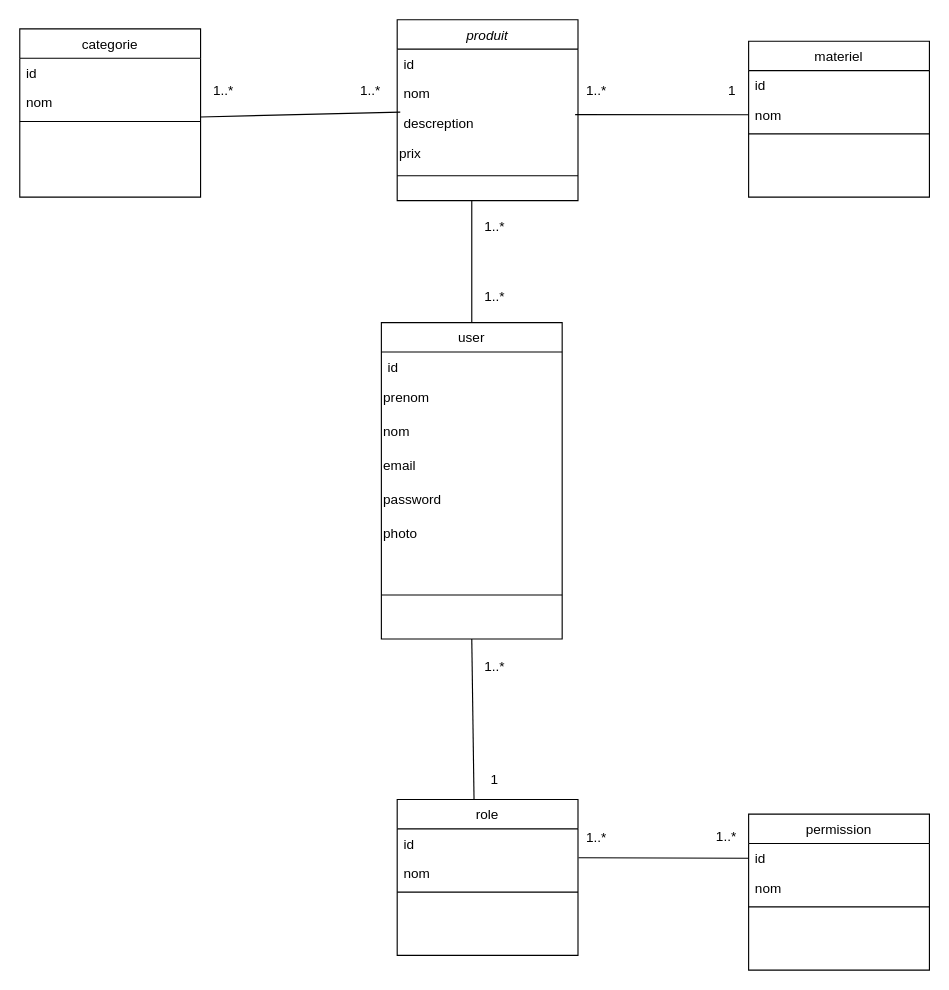
The draw.io diagram conception BD/diagrams/class diagram.drawio in Sanalouafi/sanaat-bladi, before the edit. Source tidied: cells renumbered, new cells numbered last; positions are measured from the earlier drawing's top-left corner, leaving out a move shared by most shapes. Both pictures are drawn from the tidied source at 113%, with x=0, y=0 at pixel (19, 19).
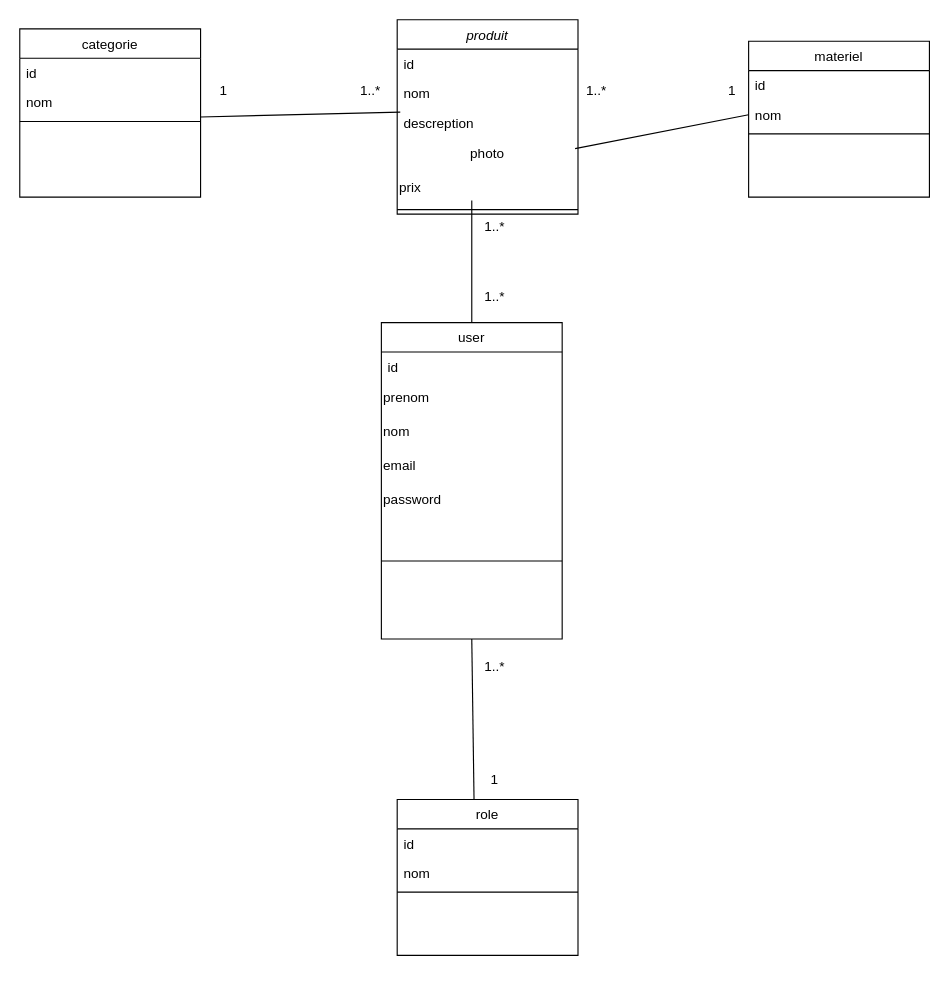
The same diagram, later.

Commit message:
Mettre à jour class diagram.drawio

The change refers to these unchanged cells:
```xml
<mxCell id="12" value="user" style="swimlane;fontStyle=0;align=center;verticalAlign=top;horizontal=1;startSize=26;rounded=0;shadow=0;strokeWidth=1;" parent="1" vertex="1">
  <mxGeometry x="320" y="268" width="160" height="280" as="geometry" />
</mxCell>
<mxCell id="26" value="nom" style="text;align=left;verticalAlign=top;spacingLeft=4;spacingRight=4;overflow=hidden;points=[[0,0.5],[1,0.5]];portConstraint=eastwest;rounded=0;shadow=0;html=0;" parent="24" vertex="1">
  <mxGeometry y="52" width="160" height="26" as="geometry" />
</mxCell>
```

Change to the diagram source:
```diff
@@
     <mxCell id="2" value="produit" style="swimlane;fontStyle=2;align=center;verticalAlign=top;horizontal=1;startSize=26;rounded=0;shadow=0;strokeWidth=1;" parent="1" vertex="1">
-      <mxGeometry x="334" width="160" height="160" as="geometry" />
+      <mxGeometry x="334" width="160" height="172" as="geometry" />
     </mxCell>
@@
+    <mxCell id="18" value="photo" style="text;strokeColor=none;align=center;fillColor=none;html=1;verticalAlign=middle;whiteSpace=wrap;rounded=0;" parent="2" vertex="1">
+      <mxGeometry y="104" width="160" height="30" as="geometry" />
+    </mxCell>
     <mxCell id="6" value="&lt;div align=&quot;left&quot;&gt;prix&lt;/div&gt;" style="text;strokeColor=none;align=left;fillColor=none;html=1;verticalAlign=middle;whiteSpace=wrap;rounded=0;" parent="2" vertex="1">
-      <mxGeometry y="104" width="160" height="30" as="geometry" />
+      <mxGeometry y="134" width="160" height="30" as="geometry" />
     </mxCell>
     <mxCell id="7" style="line;html=1;strokeWidth=1;align=left;verticalAlign=middle;spacingTop=-1;spacingLeft=3;spacingRight=3;labelPosition=right;" parent="2" vertex="1">
-      <mxGeometry y="134" width="160" height="8" as="geometry" />
+      <mxGeometry y="164" width="160" height="8" as="geometry" />
     </mxCell>
@@
-    <mxCell id="18" value="&lt;div align=&quot;left&quot;&gt;photo&lt;/div&gt;" style="text;strokeColor=none;align=left;fillColor=none;html=1;verticalAlign=middle;whiteSpace=wrap;rounded=0;" parent="12" vertex="1">
-      <mxGeometry y="172" width="160" height="30" as="geometry" />
-    </mxCell>
     <mxCell id="19" style="line;html=1;strokeWidth=1;align=left;verticalAlign=middle;spacingTop=-1;spacingLeft=3;spacingRight=3;labelPosition=right;" parent="12" vertex="1">
-      <mxGeometry y="202" width="160" height="78" as="geometry" />
+      <mxGeometry y="172" width="160" height="78" as="geometry" />
     </mxCell>
@@
-    <mxCell id="32" value="permission" style="swimlane;fontStyle=0;align=center;verticalAlign=top;horizontal=1;startSize=26;rounded=0;shadow=0;strokeWidth=1;" parent="1" vertex="1">
-      <mxGeometry x="645" y="703" width="160" height="138" as="geometry" />
-    </mxCell>
-    <mxCell id="33" value="id" style="text;align=left;verticalAlign=top;spacingLeft=4;spacingRight=4;overflow=hidden;points=[[0,0.5],[1,0.5]];portConstraint=eastwest;" parent="32" vertex="1">
-      <mxGeometry y="26" width="160" height="26" as="geometry" />
-    </mxCell>
-    <mxCell id="34" value="nom" style="text;align=left;verticalAlign=top;spacingLeft=4;spacingRight=4;overflow=hidden;rounded=0;shadow=0;html=0;" parent="32" vertex="1">
-      <mxGeometry y="52" width="160" height="26" as="geometry" />
-    </mxCell>
-    <mxCell id="35" style="line;html=1;strokeWidth=1;align=left;verticalAlign=middle;spacingTop=-1;spacingLeft=3;spacingRight=3;labelPosition=right;" parent="32" vertex="1">
-      <mxGeometry y="78" width="160" height="8" as="geometry" />
-    </mxCell>
-    <mxCell id="36" style="endArrow=none;html=1;rounded=0;entryX=0;entryY=0.5;entryDx=0;entryDy=0;exitX=1.003;exitY=-0.018;exitDx=0;exitDy=0;exitPerimeter=0;" parent="1" edge="1" source="26" target="33">
-      <mxGeometry relative="1" as="geometry" />
-    </mxCell>
-    <mxCell id="37" value="1..*" style="text;html=1;align=center;verticalAlign=middle;strokeColor=none;fillColor=none;" parent="1" vertex="1">
-      <mxGeometry x="490" y="709" width="40" height="30" as="geometry" />
-    </mxCell>
-    <mxCell id="38" value="1..*" style="text;html=1;align=center;verticalAlign=middle;strokeColor=none;fillColor=none;" parent="1" vertex="1">
-      <mxGeometry x="605" y="708" width="40" height="30" as="geometry" />
-    </mxCell>
@@
-    <mxCell id="44" value="1..*" style="text;html=1;align=center;verticalAlign=middle;strokeColor=none;fillColor=none;" parent="1" vertex="1">
-      <mxGeometry x="160" y="48" width="40" height="30" as="geometry" />
+    <mxCell id="44" value="1" style="text;html=1;align=center;verticalAlign=middle;strokeColor=none;fillColor=none;" parent="1" vertex="1">
+      <mxGeometry x="165" y="48" width="30" height="30" as="geometry" />
     </mxCell>
```
